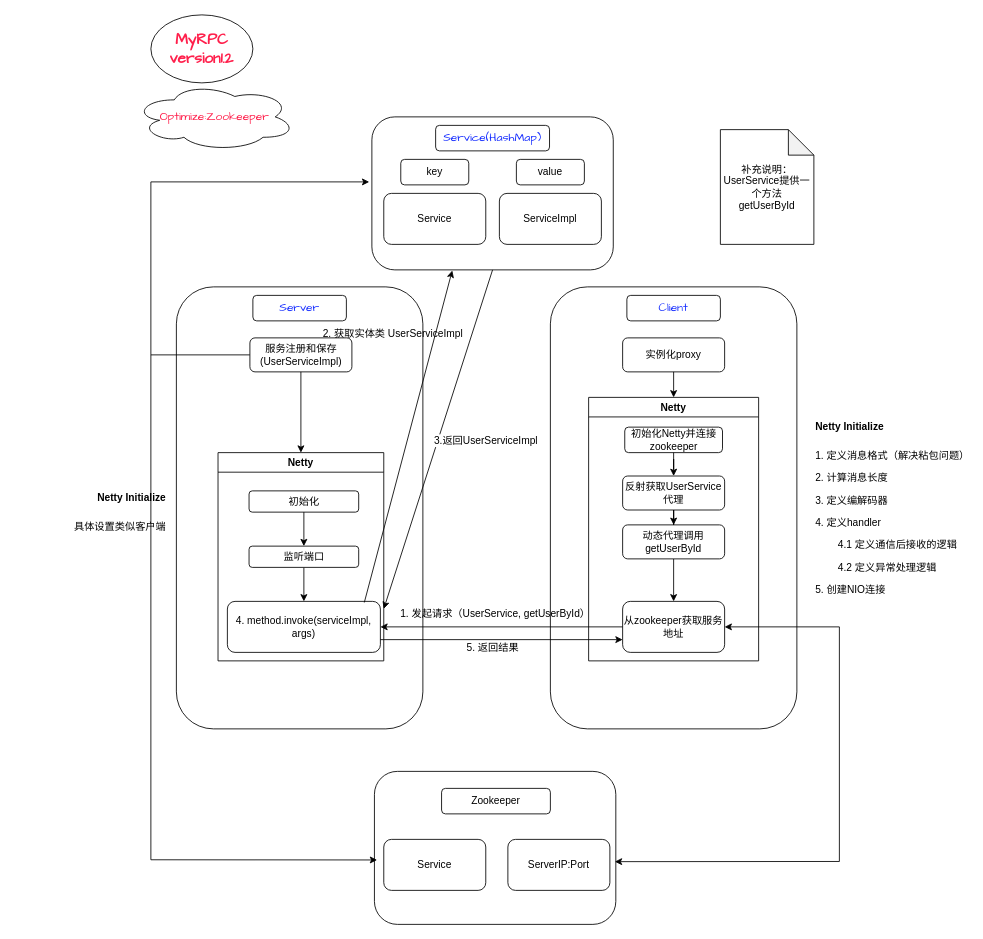
The draw.io diagram MyRPC/MyRPC-version2.2.drawio in hourhl/Draw-io, before the edit. Source tidied: cells renumbered, new cells numbered last; positions are measured from the earlier drawing's top-left corner, leaving out a move shared by most shapes. Both pictures are drawn from the tidied source at 85%, with x=0, y=0 at pixel (14, 14).
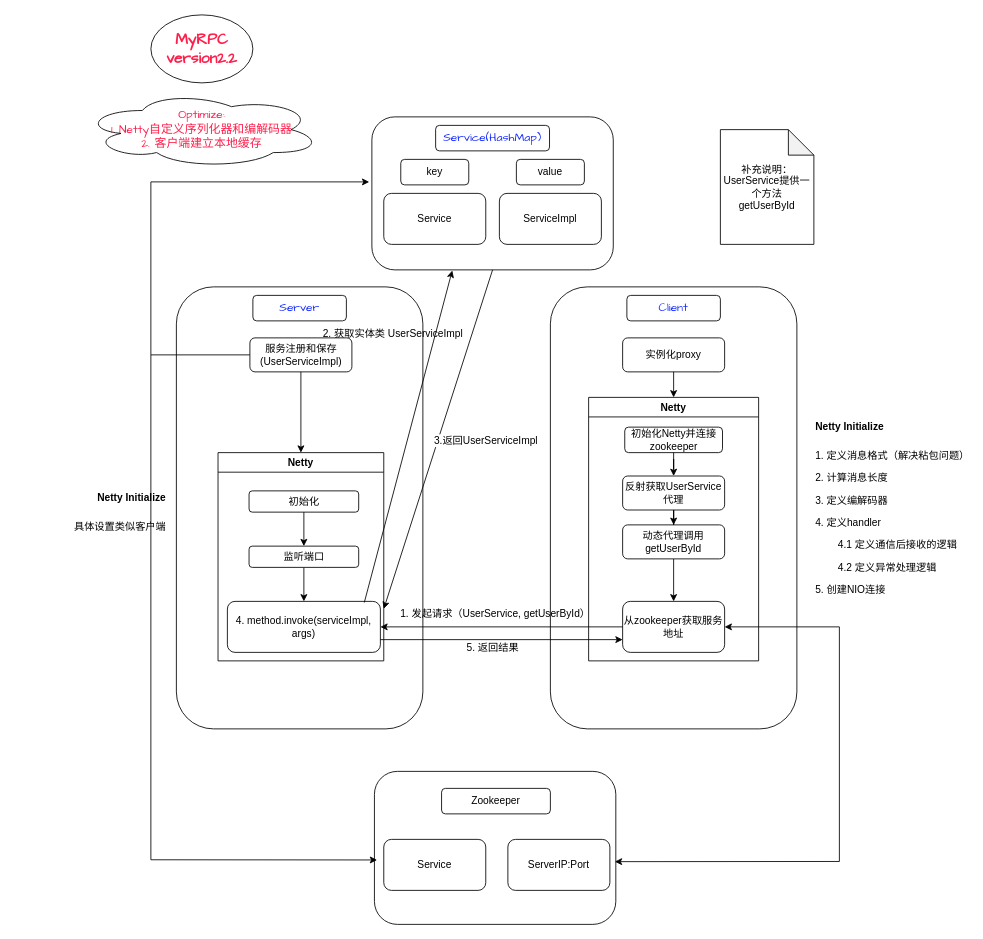
The same page after the edit.

Diff of the diagram source:
```diff
@@
-    <mxCell id="12" value="&lt;h2&gt;&lt;font color=&quot;#ff1f4b&quot; style=&quot;font-size: 18px;&quot; face=&quot;Comic Sans MS&quot;&gt;MyRPC&lt;br&gt;version1.2&lt;/font&gt;&lt;/h2&gt;" style="ellipse;whiteSpace=wrap;html=1;" parent="1" vertex="1">
+    <mxCell id="12" value="&lt;h2&gt;&lt;font color=&quot;#ff1f4b&quot; style=&quot;font-size: 18px;&quot; face=&quot;Comic Sans MS&quot;&gt;MyRPC&lt;br&gt;version2.2&lt;/font&gt;&lt;/h2&gt;" style="ellipse;whiteSpace=wrap;html=1;" parent="1" vertex="1">
       <mxGeometry x="160" width="120" height="80" as="geometry" />
     </mxCell>
@@
-    <mxCell id="31" value="&lt;font style=&quot;font-size: 14px; color: rgb(255, 31, 75);&quot; face=&quot;Comic Sans MS&quot;&gt;Optimize:Zookeeper&lt;/font&gt;" style="ellipse;shape=cloud;whiteSpace=wrap;html=1;" parent="1" vertex="1">
-      <mxGeometry x="140" y="80" width="190" height="80" as="geometry" />
+    <mxCell id="31" value="&lt;font style=&quot;font-size: 14px; color: rgb(255, 31, 75);&quot; face=&quot;Comic Sans MS&quot;&gt;Optimize:&lt;/font&gt;&lt;div&gt;&lt;font style=&quot;font-size: 14px; color: rgb(255, 31, 75);&quot; face=&quot;Comic Sans MS&quot;&gt;1. Netty自定义序列化器和编解码器&lt;/font&gt;&lt;/div&gt;&lt;div&gt;&lt;font style=&quot;font-size: 14px; color: rgb(255, 31, 75);&quot; face=&quot;Comic Sans MS&quot;&gt;2. 客户端建立本地缓存&lt;/font&gt;&lt;/div&gt;" style="ellipse;shape=cloud;whiteSpace=wrap;html=1;" parent="1" vertex="1">
+      <mxGeometry x="80" y="90" width="280" height="90" as="geometry" />
     </mxCell>
```
